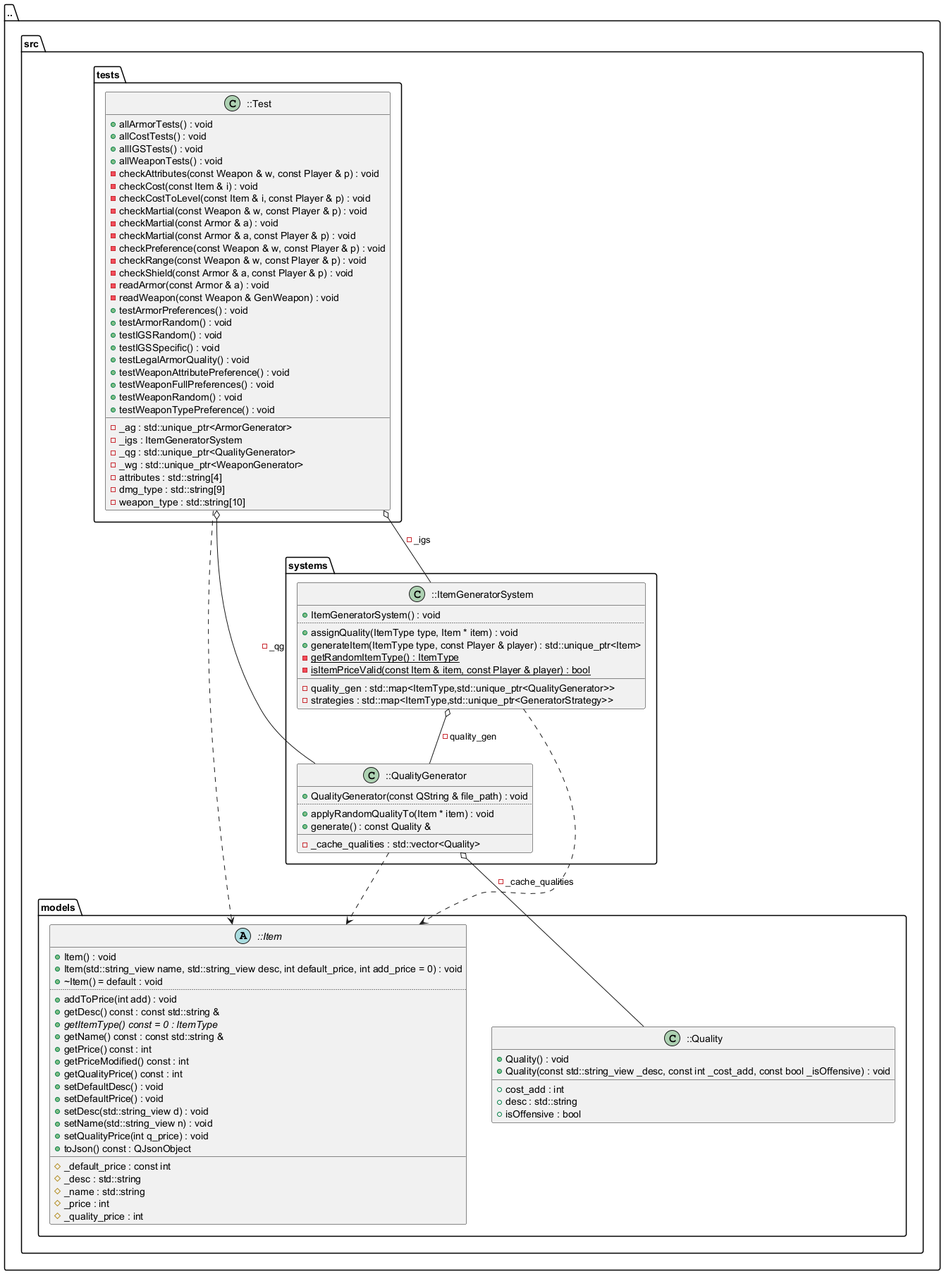
Above: docs/diagrams/QualityGenerator_diagram.png in FasolowySpioch/faubla-ultima-item-generator (PlantUML), before the change.
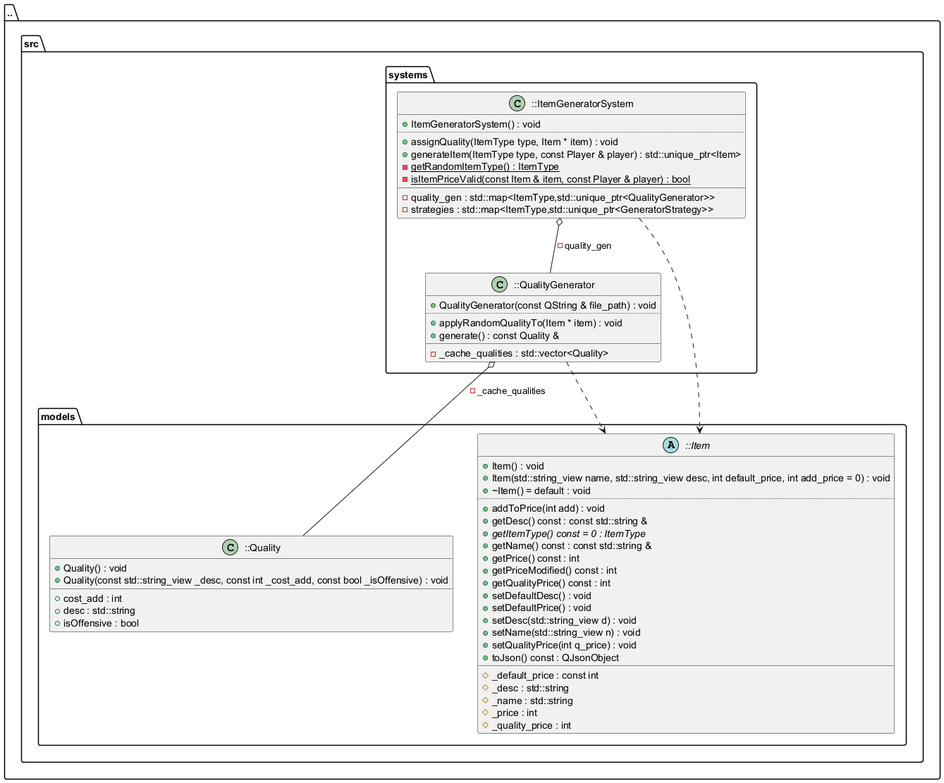
Later version of the same file.

What changed in the source:
```diff
@@ -61,51 +61,11 @@
 -strategies : std::map<ItemType,std::unique_ptr<GeneratorStrategy>>
 }
 }
-package [tests] as C_0009102687024667839383 {
-class "::Test" as C_0002626979548338364165
-class C_0002626979548338364165 {
-+allArmorTests() : void
-+allCostTests() : void
-+allIGSTests() : void
-+allWeaponTests() : void
--checkAttributes(const Weapon & w, const Player & p) : void
--checkCost(const Item & i) : void
--checkCostToLevel(const Item & i, const Player & p) : void
--checkMartial(const Weapon & w, const Player & p) : void
--checkMartial(const Armor & a) : void
--checkMartial(const Armor & a, const Player & p) : void
--checkPreference(const Weapon & w, const Player & p) : void
--checkRange(const Weapon & w, const Player & p) : void
--checkShield(const Armor & a, const Player & p) : void
--readArmor(const Armor & a) : void
--readWeapon(const Weapon & GenWeapon) : void
-+testArmorPreferences() : void
-+testArmorRandom() : void
-+testIGSRandom() : void
-+testIGSSpecific() : void
-+testLegalArmorQuality() : void
-+testWeaponAttributePreference() : void
-+testWeaponFullPreferences() : void
-+testWeaponRandom() : void
-+testWeaponTypePreference() : void
-__
--_ag : std::unique_ptr<ArmorGenerator>
--_igs : ItemGeneratorSystem
--_qg : std::unique_ptr<QualityGenerator>
--_wg : std::unique_ptr<WeaponGenerator>
--attributes : std::string[4]
--dmg_type : std::string[9]
--weapon_type : std::string[10]
-}
-}
 }
 }
 C_0017722926631985697211 ..> C_0005967165952864249862
 C_0017722926631985697211 o-- C_0017759373907162862278 : -_cache_qualities
 C_0003751086353887321154 ..> C_0005967165952864249862
 C_0003751086353887321154 o-- C_0017722926631985697211 : -quality_gen
-C_0002626979548338364165 ..> C_0005967165952864249862
-C_0002626979548338364165 o-- C_0003751086353887321154 : -_igs
-C_0002626979548338364165 o-- C_0017722926631985697211 : -_qg
 
 @enduml
```
